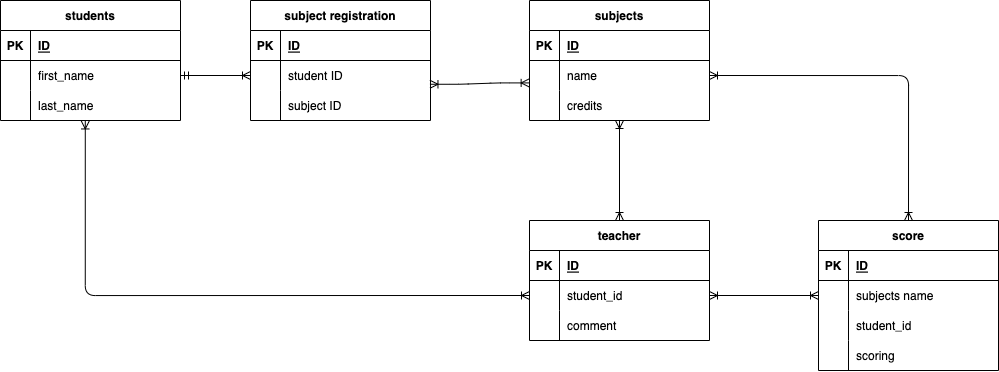
Earlier version of the draw.io export index.drawio.png (seki221/DB-design). Source tidied: cells renumbered, new cells last; positions are measured from the earlier drawing's top-left corner, leaving out a move shared by most shapes.
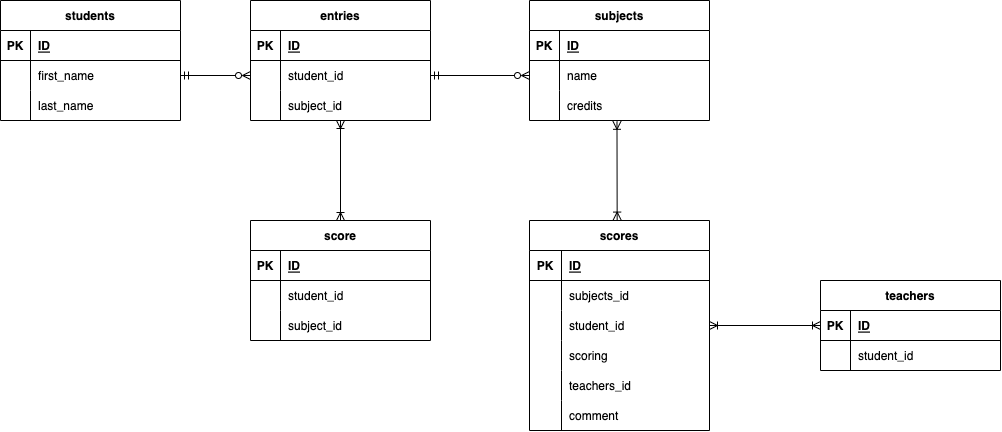
After the change.

What changed in the source:
```diff
@@ -2,11 +2,6 @@
   <root>
     <mxCell id="0" />
     <mxCell id="1" parent="0" />
-    <mxCell id="2" style="rounded=1;html=1;startArrow=ERoneToMany;startFill=0;endArrow=ERoneToMany;endFill=0;" parent="1" edge="1" target="13">
-      <mxGeometry relative="1" as="geometry">
-        <mxPoint x="619" y="120" as="sourcePoint" />
-      </mxGeometry>
-    </mxCell>
     <mxCell id="3" value="students" style="shape=table;startSize=30;rowLines=0;fontStyle=1;align=center;shadow=0;" parent="1" vertex="1">
       <mxGeometry width="180" height="120" as="geometry" />
     </mxCell>
@@ -37,8 +32,8 @@
     <mxCell id="12" value="last_name" style="shape=partialRectangle;fillColor=none;top=0;left=0;bottom=0;right=0;align=left;spacingLeft=6;overflow=hidden;shadow=0;" parent="10" vertex="1">
       <mxGeometry x="30" width="150" height="30" as="geometry" />
     </mxCell>
-    <mxCell id="13" value="teacher" style="shape=table;startSize=30;rowLines=0;fontStyle=1;align=center;shadow=0;" parent="1" vertex="1">
-      <mxGeometry x="529" y="220" width="180" height="120" as="geometry" />
+    <mxCell id="13" value="teachers" style="shape=table;startSize=30;rowLines=0;fontStyle=1;align=center;shadow=0;" parent="1" vertex="1">
+      <mxGeometry x="820" y="280" width="180" height="90" as="geometry" />
     </mxCell>
     <mxCell id="14" style="shape=tableRow;horizontal=0;startSize=0;swimlaneHead=0;swimlaneBody=0;fillColor=none;points=[[0,0.5],[1,0.5]];portConstraint=eastwest;top=0;left=0;right=0;bottom=1;shadow=0;" parent="13" vertex="1">
       <mxGeometry y="30" width="180" height="30" as="geometry" />
@@ -58,58 +53,67 @@
     <mxCell id="19" value="student_id" style="shape=partialRectangle;fillColor=none;top=0;left=0;bottom=0;right=0;align=left;spacingLeft=6;overflow=hidden;shadow=0;" parent="17" vertex="1">
       <mxGeometry x="30" width="150" height="30" as="geometry" />
     </mxCell>
-    <mxCell id="20" style="shape=tableRow;horizontal=0;startSize=0;swimlaneHead=0;swimlaneBody=0;fillColor=none;top=0;left=0;right=0;bottom=0;shadow=0;" parent="13" vertex="1">
-      <mxGeometry y="90" width="180" height="30" as="geometry" />
-    </mxCell>
-    <mxCell id="21" style="shape=partialRectangle;fillColor=none;top=0;left=0;bottom=0;right=0;overflow=hidden;shadow=0;" parent="20" vertex="1">
-      <mxGeometry width="30" height="30" as="geometry" />
-    </mxCell>
-    <mxCell id="22" value="comment" style="shape=partialRectangle;fillColor=none;top=0;left=0;bottom=0;right=0;align=left;spacingLeft=6;overflow=hidden;shadow=0;" parent="20" vertex="1">
-      <mxGeometry x="30" width="150" height="30" as="geometry" />
-    </mxCell>
-    <mxCell id="23" style="rounded=1;html=1;startArrow=ERoneToMany;startFill=0;endArrow=ERoneToMany;endFill=0;sourcePerimeterSpacing=0;exitX=1;exitY=0.5;exitDx=0;exitDy=0;entryX=0;entryY=0.5;entryDx=0;entryDy=0;" parent="1" edge="1" source="17" target="28">
+    <mxCell id="23" style="rounded=1;html=1;startArrow=ERoneToMany;startFill=0;endArrow=ERoneToMany;endFill=0;sourcePerimeterSpacing=0;exitX=0;exitY=0.5;exitDx=0;exitDy=0;entryX=1;entryY=0.5;entryDx=0;entryDy=0;" parent="1" edge="1" source="14" target="31">
       <mxGeometry relative="1" as="geometry" />
     </mxCell>
-    <mxCell id="24" value="score" style="shape=table;startSize=30;rowLines=0;fontStyle=1;align=center;shadow=0;" parent="1" vertex="1">
-      <mxGeometry x="818" y="220" width="180" height="150" as="geometry" />
+    <mxCell id="24" value="scores" style="shape=table;startSize=30;rowLines=0;fontStyle=1;align=center;shadow=0;" parent="1" vertex="1">
+      <mxGeometry x="529" y="220" width="180" height="210" as="geometry" />
     </mxCell>
     <mxCell id="25" style="shape=tableRow;horizontal=0;startSize=0;swimlaneHead=0;swimlaneBody=0;fillColor=none;top=0;left=0;right=0;bottom=1;shadow=0;" parent="24" vertex="1">
       <mxGeometry y="30" width="180" height="30" as="geometry" />
     </mxCell>
     <mxCell id="26" value="PK" style="shape=partialRectangle;fillColor=none;top=0;left=0;bottom=0;right=0;fontStyle=1;overflow=hidden;shadow=0;" parent="25" vertex="1">
-      <mxGeometry width="30" height="30" as="geometry" />
+      <mxGeometry width="32" height="30" as="geometry" />
     </mxCell>
     <mxCell id="27" value="ID" style="shape=partialRectangle;fillColor=none;top=0;left=0;bottom=0;right=0;align=left;spacingLeft=6;fontStyle=5;overflow=hidden;shadow=0;" parent="25" vertex="1">
-      <mxGeometry x="30" width="150" height="30" as="geometry" />
+      <mxGeometry x="32" width="148" height="30" as="geometry" />
     </mxCell>
     <mxCell id="28" style="shape=tableRow;horizontal=0;startSize=0;swimlaneHead=0;swimlaneBody=0;fillColor=none;points=[[0,0.5],[1,0.5]];portConstraint=eastwest;top=0;left=0;right=0;bottom=0;shadow=0;" parent="24" vertex="1">
       <mxGeometry y="60" width="180" height="30" as="geometry" />
     </mxCell>
     <mxCell id="29" style="shape=partialRectangle;fillColor=none;top=0;left=0;bottom=0;right=0;overflow=hidden;shadow=0;" parent="28" vertex="1">
-      <mxGeometry width="30" height="30" as="geometry" />
+      <mxGeometry width="32" height="30" as="geometry" />
     </mxCell>
-    <mxCell id="30" value="subjects name" style="shape=partialRectangle;fillColor=none;top=0;left=0;bottom=0;right=0;align=left;spacingLeft=6;overflow=hidden;shadow=0;" parent="28" vertex="1">
-      <mxGeometry x="30" width="150" height="30" as="geometry" />
+    <mxCell id="30" value="subjects_id" style="shape=partialRectangle;fillColor=none;top=0;left=0;bottom=0;right=0;align=left;spacingLeft=6;overflow=hidden;shadow=0;" parent="28" vertex="1">
+      <mxGeometry x="32" width="148" height="30" as="geometry" />
     </mxCell>
     <mxCell id="31" style="shape=tableRow;horizontal=0;startSize=0;swimlaneHead=0;swimlaneBody=0;fillColor=none;points=[[0,0.5],[1,0.5]];portConstraint=eastwest;top=0;left=0;right=0;bottom=0;shadow=0;" parent="24" vertex="1">
       <mxGeometry y="90" width="180" height="30" as="geometry" />
     </mxCell>
     <mxCell id="32" style="shape=partialRectangle;fillColor=none;top=0;left=0;bottom=0;right=0;overflow=hidden;shadow=0;" parent="31" vertex="1">
-      <mxGeometry width="30" height="30" as="geometry" />
+      <mxGeometry width="32" height="30" as="geometry" />
     </mxCell>
     <mxCell id="33" value="student_id" style="shape=partialRectangle;fillColor=none;top=0;left=0;bottom=0;right=0;align=left;spacingLeft=6;overflow=hidden;shadow=0;" parent="31" vertex="1">
-      <mxGeometry x="30" width="150" height="30" as="geometry" />
+      <mxGeometry x="32" width="148" height="30" as="geometry" />
     </mxCell>
     <mxCell id="34" style="shape=tableRow;horizontal=0;startSize=0;swimlaneHead=0;swimlaneBody=0;fillColor=none;top=0;left=0;right=0;bottom=0;shadow=0;" parent="24" vertex="1">
       <mxGeometry y="120" width="180" height="30" as="geometry" />
     </mxCell>
     <mxCell id="35" style="shape=partialRectangle;fillColor=none;top=0;left=0;bottom=0;right=0;overflow=hidden;shadow=0;" parent="34" vertex="1">
-      <mxGeometry width="30" height="30" as="geometry" />
+      <mxGeometry width="32" height="30" as="geometry" />
     </mxCell>
     <mxCell id="36" value="scoring" style="shape=partialRectangle;fillColor=none;top=0;left=0;bottom=0;right=0;align=left;spacingLeft=6;overflow=hidden;shadow=0;" parent="34" vertex="1">
-      <mxGeometry x="30" width="150" height="30" as="geometry" />
+      <mxGeometry x="32" width="148" height="30" as="geometry" />
     </mxCell>
+    <mxCell id="61" style="shape=tableRow;horizontal=0;startSize=0;swimlaneHead=0;swimlaneBody=0;fillColor=none;top=0;left=0;right=0;bottom=0;shadow=0;" parent="24" vertex="1">
+      <mxGeometry y="150" width="180" height="30" as="geometry" />
+    </mxCell>
+    <mxCell id="62" style="shape=partialRectangle;fillColor=none;top=0;left=0;bottom=0;right=0;overflow=hidden;shadow=0;" parent="61" vertex="1">
+      <mxGeometry width="32" height="30" as="geometry" />
+    </mxCell>
+    <mxCell id="63" value="teachers_id" style="shape=partialRectangle;fillColor=none;top=0;left=0;bottom=0;right=0;align=left;spacingLeft=6;overflow=hidden;shadow=0;" parent="61" vertex="1">
+      <mxGeometry x="32" width="148" height="30" as="geometry" />
+    </mxCell>
+    <mxCell id="20" style="shape=tableRow;horizontal=0;startSize=0;swimlaneHead=0;swimlaneBody=0;fillColor=none;top=0;left=0;right=0;bottom=0;shadow=0;" parent="24" vertex="1">
+      <mxGeometry y="180" width="180" height="30" as="geometry" />
+    </mxCell>
+    <mxCell id="21" style="shape=partialRectangle;fillColor=none;top=0;left=0;bottom=0;right=0;overflow=hidden;shadow=0;" parent="20" vertex="1">
+      <mxGeometry width="32" height="30" as="geometry" />
+    </mxCell>
+    <mxCell id="22" value="comment" style="shape=partialRectangle;fillColor=none;top=0;left=0;bottom=0;right=0;align=left;spacingLeft=6;overflow=hidden;shadow=0;" parent="20" vertex="1">
+      <mxGeometry x="32" width="148" height="30" as="geometry" />
+    </mxCell>
-    <mxCell id="37" style="edgeStyle=orthogonalEdgeStyle;rounded=1;html=1;startArrow=ERmandOne;startFill=0;endArrow=ERoneToMany;endFill=0;sourcePerimeterSpacing=0;entryX=0;entryY=0.5;entryDx=0;entryDy=0;exitX=1;exitY=0.5;exitDx=0;exitDy=0;" parent="1" edge="1" source="7" target="54">
+    <mxCell id="37" style="edgeStyle=orthogonalEdgeStyle;rounded=1;html=1;startArrow=ERmandOne;startFill=0;endArrow=ERzeroToMany;endFill=0;sourcePerimeterSpacing=0;entryX=0;entryY=0.5;entryDx=0;entryDy=0;exitX=1;exitY=0.5;exitDx=0;exitDy=0;" parent="1" edge="1" source="7" target="54">
       <mxGeometry relative="1" as="geometry" />
     </mxCell>
     <mxCell id="38" value="subjects" style="shape=table;startSize=30;rowLines=0;fontStyle=1;align=center;shadow=0;" parent="1" vertex="1">
@@ -142,13 +146,13 @@
     <mxCell id="47" value="credits" style="shape=partialRectangle;fillColor=none;top=0;left=0;bottom=0;right=0;align=left;spacingLeft=6;overflow=hidden;shadow=0;" parent="45" vertex="1">
       <mxGeometry x="30" width="150" height="30" as="geometry" />
     </mxCell>
-    <mxCell id="48" style="rounded=1;html=1;startArrow=ERoneToMany;startFill=0;endArrow=ERoneToMany;endFill=0;sourcePerimeterSpacing=0;exitX=1;exitY=0.5;exitDx=0;exitDy=0;entryX=0.5;entryY=0;entryDx=0;entryDy=0;edgeStyle=orthogonalEdgeStyle;" parent="1" edge="1" source="42" target="24">
+    <mxCell id="48" style="rounded=1;html=1;startArrow=ERoneToMany;startFill=0;endArrow=ERoneToMany;endFill=0;sourcePerimeterSpacing=0;exitX=0.486;exitY=1.027;exitDx=0;exitDy=0;exitPerimeter=0;entryX=0.487;entryY=-0.002;entryDx=0;entryDy=0;entryPerimeter=0;" parent="1" edge="1" source="45" target="24">
       <mxGeometry relative="1" as="geometry" />
     </mxCell>
-    <mxCell id="49" style="rounded=1;html=1;startArrow=ERoneToMany;startFill=0;endArrow=ERoneToMany;endFill=0;sourcePerimeterSpacing=0;entryX=0;entryY=0.5;entryDx=0;entryDy=0;exitX=0.471;exitY=1.015;exitDx=0;exitDy=0;exitPerimeter=0;edgeStyle=orthogonalEdgeStyle;" parent="1" edge="1" source="10" target="17">
-      <mxGeometry relative="1" as="geometry" />
-    </mxCell>
+    <mxCell id="64" style="edgeStyle=none;html=1;startArrow=ERoneToMany;startFill=0;endArrow=ERoneToMany;endFill=0;" parent="1" edge="1" source="50" target="65">
+      <mxGeometry relative="1" as="geometry" />
+    </mxCell>
-    <mxCell id="50" value="subject registration" style="shape=table;startSize=30;rowLines=0;fontStyle=1;align=center;shadow=0;" parent="1" vertex="1">
+    <mxCell id="50" value="entries" style="shape=table;startSize=30;rowLines=0;fontStyle=1;align=center;shadow=0;" parent="1" vertex="1">
       <mxGeometry x="250" width="180" height="120" as="geometry" />
     </mxCell>
     <mxCell id="51" style="shape=tableRow;horizontal=0;startSize=0;swimlaneHead=0;swimlaneBody=0;fillColor=none;top=0;left=0;right=0;bottom=1;shadow=0;" parent="50" vertex="1">
@@ -166,7 +170,7 @@
     <mxCell id="55" style="shape=partialRectangle;fillColor=none;top=0;left=0;bottom=0;right=0;overflow=hidden;shadow=0;" parent="54" vertex="1">
       <mxGeometry width="30" height="30" as="geometry" />
     </mxCell>
-    <mxCell id="56" value="student ID" style="shape=partialRectangle;fillColor=none;top=0;left=0;bottom=0;right=0;align=left;spacingLeft=6;overflow=hidden;shadow=0;" parent="54" vertex="1">
+    <mxCell id="56" value="student_id" style="shape=partialRectangle;fillColor=none;top=0;left=0;bottom=0;right=0;align=left;spacingLeft=6;overflow=hidden;shadow=0;" parent="54" vertex="1">
       <mxGeometry x="30" width="150" height="30" as="geometry" />
     </mxCell>
     <mxCell id="57" style="shape=tableRow;horizontal=0;startSize=0;swimlaneHead=0;swimlaneBody=0;fillColor=none;top=0;left=0;right=0;bottom=0;shadow=0;" parent="50" vertex="1">
@@ -175,11 +179,41 @@
     <mxCell id="58" style="shape=partialRectangle;fillColor=none;top=0;left=0;bottom=0;right=0;overflow=hidden;shadow=0;" parent="57" vertex="1">
       <mxGeometry width="30" height="30" as="geometry" />
     </mxCell>
-    <mxCell id="59" value="subject ID" style="shape=partialRectangle;fillColor=none;top=0;left=0;bottom=0;right=0;align=left;spacingLeft=6;overflow=hidden;shadow=0;" parent="57" vertex="1">
+    <mxCell id="59" value="subject_id" style="shape=partialRectangle;fillColor=none;top=0;left=0;bottom=0;right=0;align=left;spacingLeft=6;overflow=hidden;shadow=0;" parent="57" vertex="1">
       <mxGeometry x="30" width="150" height="30" as="geometry" />
     </mxCell>
-    <mxCell id="60" style="edgeStyle=entityRelationEdgeStyle;fontSize=12;html=1;endArrow=ERoneToMany;startArrow=ERoneToMany;rounded=1;sourcePerimeterSpacing=0;entryX=0.997;entryY=0.792;entryDx=0;entryDy=0;exitX=-0.002;exitY=0.747;exitDx=0;exitDy=0;exitPerimeter=0;entryPerimeter=0;endFill=0;startFill=0;" parent="1" edge="1" source="42" target="54">
+    <mxCell id="60" style="fontSize=12;html=1;endArrow=ERmandOne;startArrow=ERzeroToMany;rounded=1;sourcePerimeterSpacing=0;entryX=1;entryY=0.5;entryDx=0;entryDy=0;exitX=0;exitY=0.5;exitDx=0;exitDy=0;endFill=0;startFill=0;" parent="1" edge="1" source="42" target="54">
       <mxGeometry relative="1" as="geometry" />
     </mxCell>
+    <mxCell id="65" value="score" style="shape=table;startSize=30;rowLines=0;fontStyle=1;align=center;shadow=0;" parent="1" vertex="1">
+      <mxGeometry x="250" y="220" width="180" height="120" as="geometry" />
+    </mxCell>
+    <mxCell id="66" style="shape=tableRow;horizontal=0;startSize=0;swimlaneHead=0;swimlaneBody=0;fillColor=none;top=0;left=0;right=0;bottom=1;shadow=0;" parent="65" vertex="1">
+      <mxGeometry y="30" width="180" height="30" as="geometry" />
+    </mxCell>
+    <mxCell id="67" value="PK" style="shape=partialRectangle;fillColor=none;top=0;left=0;bottom=0;right=0;fontStyle=1;overflow=hidden;shadow=0;" parent="66" vertex="1">
+      <mxGeometry width="30" height="30" as="geometry" />
+    </mxCell>
+    <mxCell id="68" value="ID" style="shape=partialRectangle;fillColor=none;top=0;left=0;bottom=0;right=0;align=left;spacingLeft=6;fontStyle=5;overflow=hidden;shadow=0;" parent="66" vertex="1">
+      <mxGeometry x="30" width="150" height="30" as="geometry" />
+    </mxCell>
+    <mxCell id="69" style="shape=tableRow;horizontal=0;startSize=0;swimlaneHead=0;swimlaneBody=0;fillColor=none;top=0;left=0;right=0;bottom=0;shadow=0;" parent="65" vertex="1">
+      <mxGeometry y="60" width="180" height="30" as="geometry" />
+    </mxCell>
+    <mxCell id="70" style="shape=partialRectangle;fillColor=none;top=0;left=0;bottom=0;right=0;overflow=hidden;shadow=0;" parent="69" vertex="1">
+      <mxGeometry width="30" height="30" as="geometry" />
+    </mxCell>
+    <mxCell id="71" value="student_id" style="shape=partialRectangle;fillColor=none;top=0;left=0;bottom=0;right=0;align=left;spacingLeft=6;overflow=hidden;shadow=0;" parent="69" vertex="1">
+      <mxGeometry x="30" width="150" height="30" as="geometry" />
+    </mxCell>
+    <mxCell id="72" style="shape=tableRow;horizontal=0;startSize=0;swimlaneHead=0;swimlaneBody=0;fillColor=none;top=0;left=0;right=0;bottom=0;shadow=0;" parent="65" vertex="1">
+      <mxGeometry y="90" width="180" height="30" as="geometry" />
+    </mxCell>
+    <mxCell id="73" style="shape=partialRectangle;fillColor=none;top=0;left=0;bottom=0;right=0;overflow=hidden;shadow=0;" parent="72" vertex="1">
+      <mxGeometry width="30" height="30" as="geometry" />
+    </mxCell>
+    <mxCell id="74" value="subject_id" style="shape=partialRectangle;fillColor=none;top=0;left=0;bottom=0;right=0;align=left;spacingLeft=6;overflow=hidden;shadow=0;" parent="72" vertex="1">
+      <mxGeometry x="30" width="150" height="30" as="geometry" />
+    </mxCell>
   </root>
 </mxGraphModel>
```
